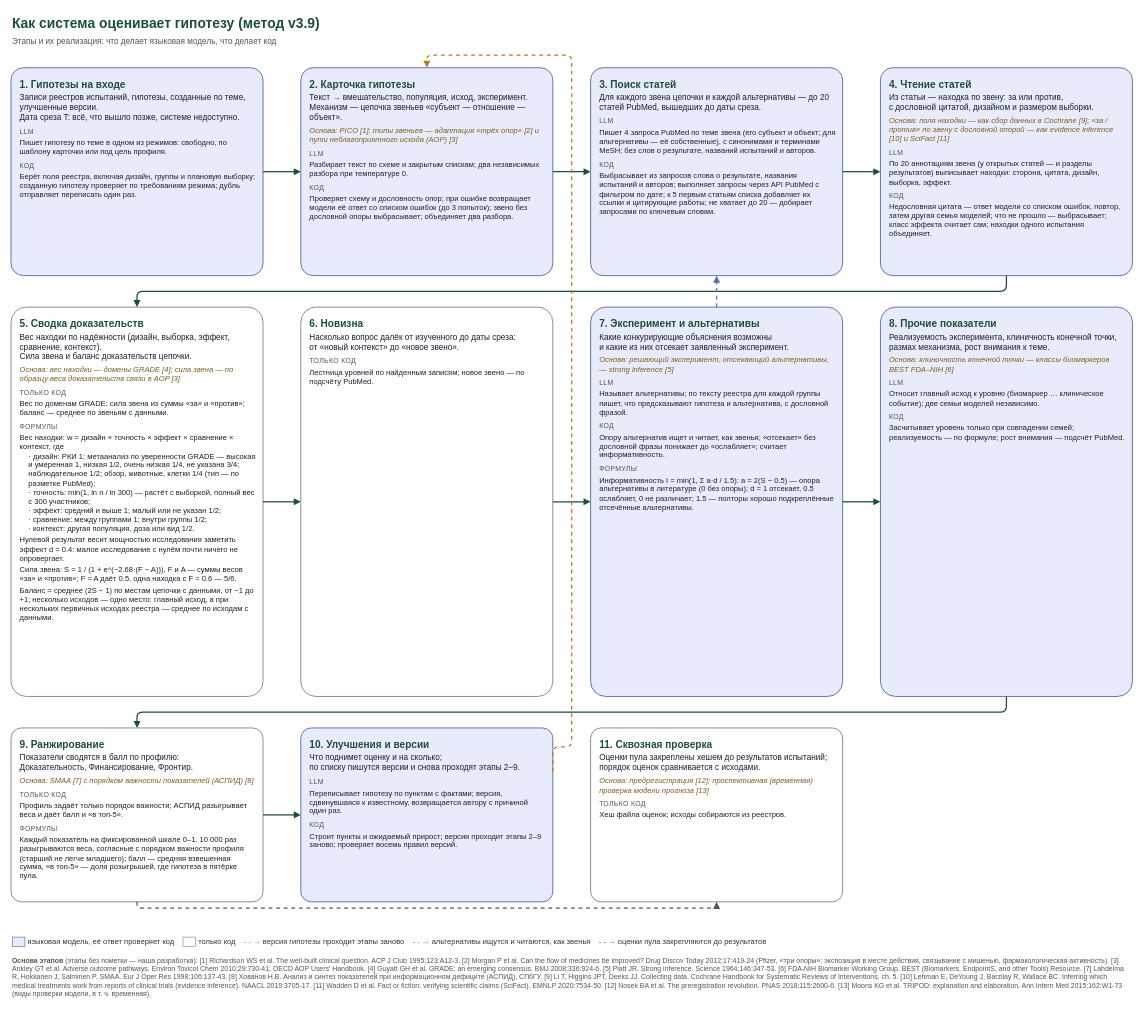
Earlier version of the draw.io diagram docs/system/flow_impl.drawio (danrd/hyp-arena). Source tidied: cells renumbered, new cells numbered last; positions are measured from the earlier drawing's top-left corner, leaving out a move shared by most shapes. Both pictures are drawn from the tidied source at 63%, with x=0, y=0 at pixel (11, 11).
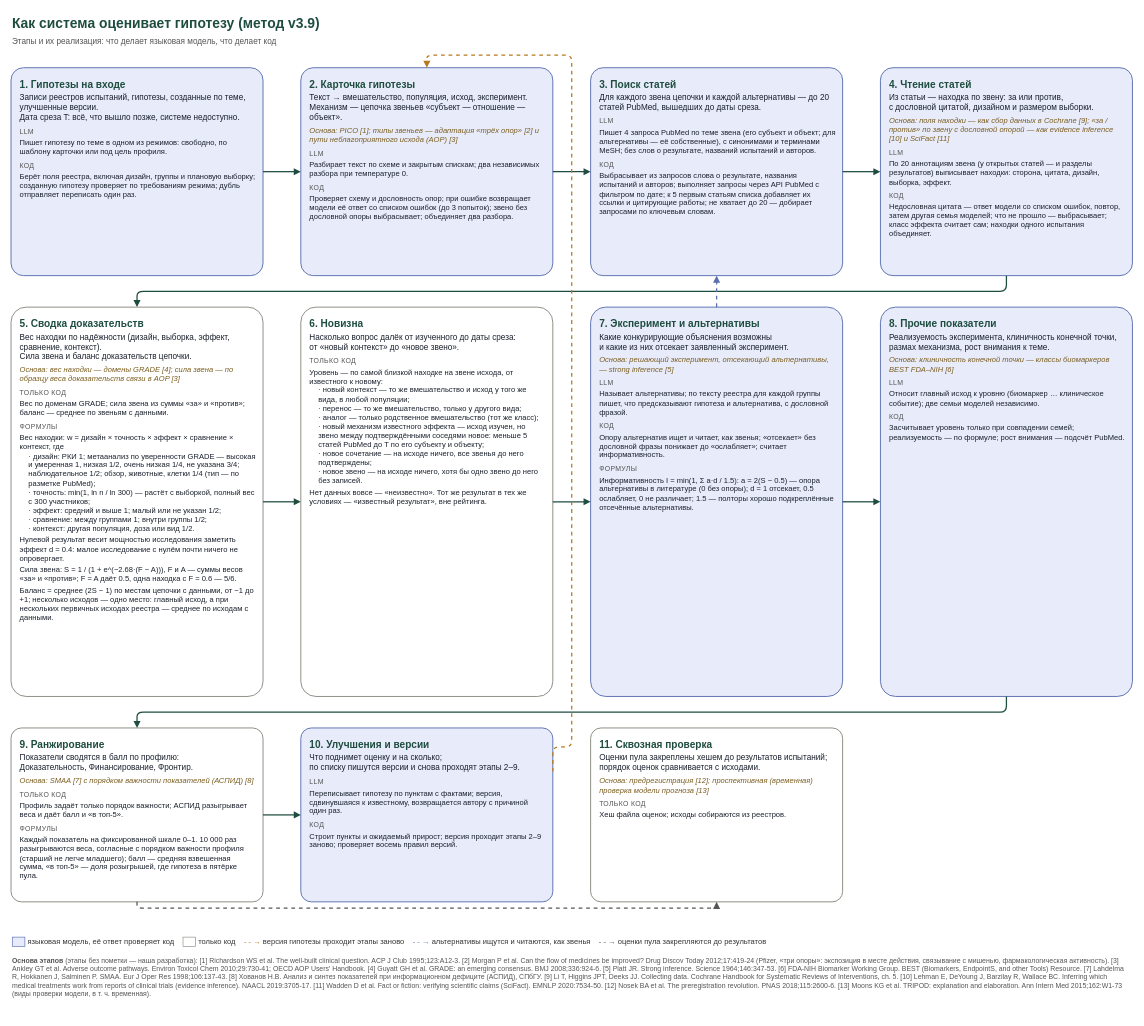
The same diagram, later.

Commit message (it also covers changes not shown here):
Flow scheme: the novelty ladder spelled out in the code section; backlog: closest-prior-work query for novelty

Diff of the diagram source:
```diff
@@
-    <mxCell id="8" value="&lt;div style='font-size:16px;color:#1E4D40'&gt;&lt;b&gt;6. Новизна&lt;/b&gt;&lt;/div&gt;&lt;div style='margin-top:4px'&gt;Насколько вопрос далёк от изученного до даты среза:&lt;br/&gt;от «новый контекст» до «новое звено».&lt;/div&gt;&lt;div style='margin-top:8px;font-size:11px;color:#555;text-transform:uppercase;letter-spacing:0.5px'&gt;Только код&lt;/div&gt;&lt;div style='font-size:12px'&gt;&lt;div style='margin-top:4px'&gt;Лестница уровней по найденным записям; новое звено — по подсчёту PubMed.&lt;/div&gt;&lt;/div&gt;" style="rounded=1;arcSize=6;whiteSpace=wrap;html=1;fillColor=#FFFFFF;strokeColor=#8A8A80;strokeWidth=1.5;fontSize=13;fontColor=#1A202C;align=left;verticalAlign=top;spacingLeft=12;spacingRight=10;spacingTop=10;" parent="1" vertex="1">
+    <mxCell id="8" value="&lt;div style='font-size:16px;color:#1E4D40'&gt;&lt;b&gt;6. Новизна&lt;/b&gt;&lt;/div&gt;&lt;div style='margin-top:4px'&gt;Насколько вопрос далёк от изученного до даты среза:&lt;br/&gt;от «новый контекст» до «новое звено».&lt;/div&gt;&lt;div style='margin-top:8px;font-size:11px;color:#555;text-transform:uppercase;letter-spacing:0.5px'&gt;Только код&lt;/div&gt;&lt;div style='font-size:12px'&gt;&lt;div style='margin-top:4px'&gt;Уровень — по самой близкой находке на звене исхода, от известного к новому:&lt;/div&gt;&lt;div style='padding-left:14px'&gt;· новый контекст — то же вмешательство и исход у того же вида, в любой популяции;&lt;/div&gt;&lt;div style='padding-left:14px'&gt;· перенос — то же вмешательство, только у другого вида;&lt;/div&gt;&lt;div style='padding-left:14px'&gt;· аналог — только родственное вмешательство (тот же класс);&lt;/div&gt;&lt;div style='padding-left:14px'&gt;· новый механизм известного эффекта — исход изучен, но звено между подтверждёнными соседями новое: меньше 5 статей PubMed до T по его субъекту и объекту;&lt;/div&gt;&lt;div style='padding-left:14px'&gt;· новое сочетание — на исходе ничего, все звенья до него подтверждены;&lt;/div&gt;&lt;div style='padding-left:14px'&gt;· новое звено — на исходе ничего, хотя бы одно звено до него без записей.&lt;/div&gt;&lt;div style='margin-top:4px'&gt;Нет данных вовсе — «неизвестно». Тот же результат в тех же условиях — «известный результат», вне рейтинга.&lt;/div&gt;&lt;/div&gt;" style="rounded=1;arcSize=6;whiteSpace=wrap;html=1;fillColor=#FFFFFF;strokeColor=#8A8A80;strokeWidth=1.5;fontSize=13;fontColor=#1A202C;align=left;verticalAlign=top;spacingLeft=12;spacingRight=10;spacingTop=10;" parent="1" vertex="1">
       <mxGeometry x="460" y="470" width="400" height="618" as="geometry" />
     </mxCell>
```
